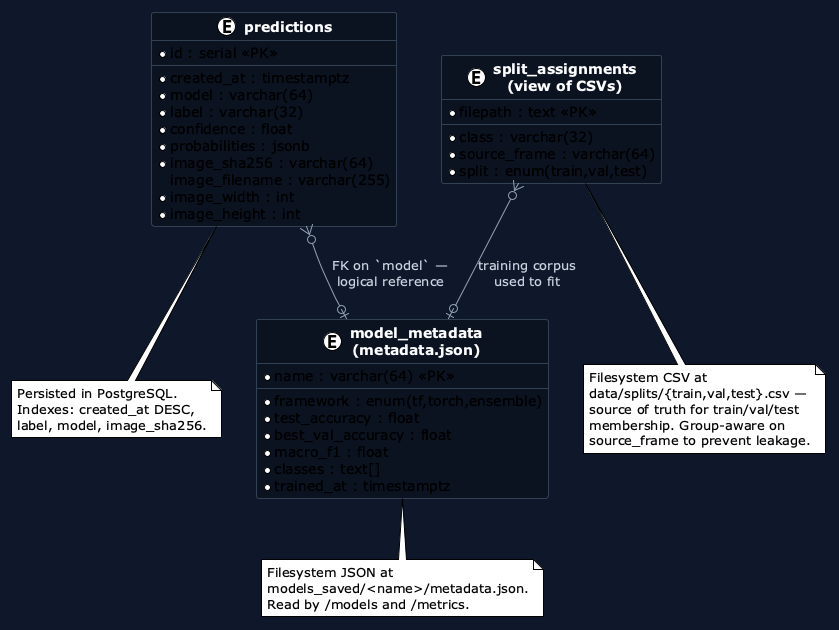
Above: docs/diagrams/png/02_er_diagram.png in jbeleno/c1-lettuce-classifier (PlantUML), before the change.
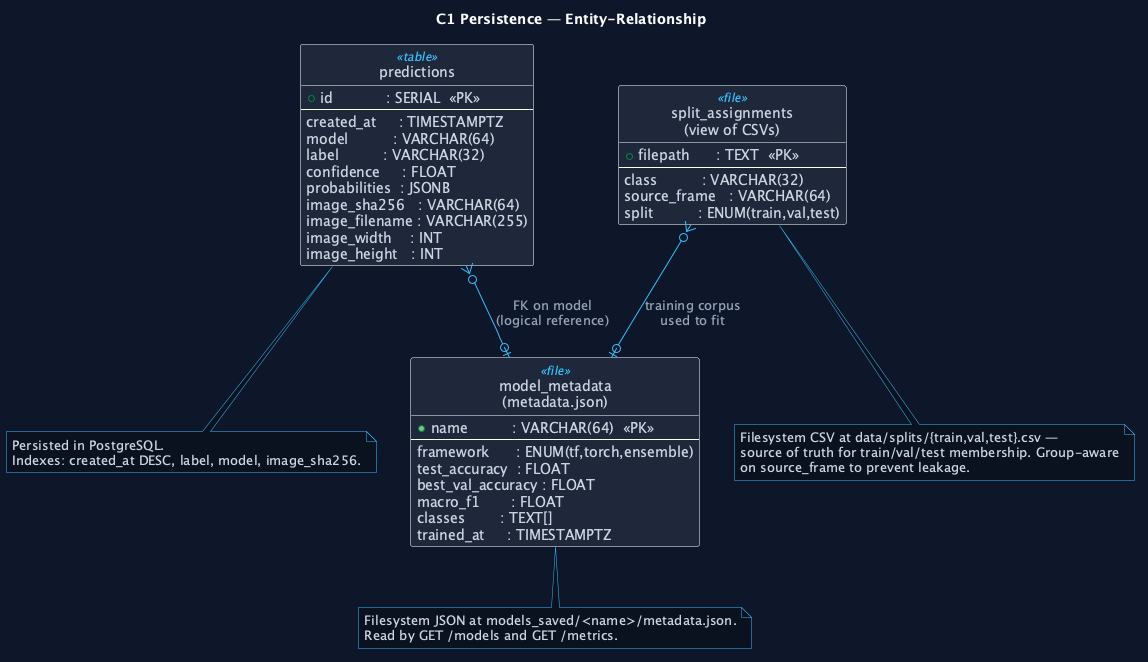
After the commit.

The edit, as a diff of the source:
```diff
@@ -1,70 +1,82 @@
-@startuml
-!theme plain
+@startuml 02_er_diagram
+
 skinparam backgroundColor #0F172A
 skinparam shadowing false
-skinparam classFontColor #F8FAFC
-skinparam classFontStyle bold
-skinparam classHeaderBackgroundColor #1E293B
-skinparam classBackgroundColor #0B1220
-skinparam classBorderColor #334155
-skinparam ArrowColor #94A3B8
-skinparam ArrowFontColor #CBD5E1
+skinparam defaultFontName "Fira Sans"
+skinparam defaultFontColor #F8FAFC
+
+skinparam class {
+  BorderColor rgba(148,163,184,0.30)
+  BackgroundColor #1E293B
+  ArrowColor #38BDF8
+  FontColor #F8FAFC
+  AttributeFontColor #CBD5E1
+  AttributeFontName "Fira Code"
+  StereotypeFontColor #38BDF8
+}
 skinparam stereotypeCBackgroundColor #38BDF8
+skinparam noteFontColor #CBD5E1
+skinparam noteFontName "Fira Code"
+skinparam noteBackgroundColor #0B1220
+skinparam noteBorderColor #38BDF8
+skinparam ArrowFontColor #94A3B8
+skinparam ArrowFontName "Fira Code"
 
-entity "predictions" as P {
-  *id : serial <<PK>>
+hide circle
+hide methods
+
+title C1 Persistence — Entity-Relationship
+
+entity "predictions" as P <<table>> {
+  + id            : SERIAL  <<PK>>
   --
-  *created_at : timestamptz
-  *model : varchar(64)
-  *label : varchar(32)
-  *confidence : float
-  *probabilities : jsonb
-  *image_sha256 : varchar(64)
-   image_filename : varchar(255)
-  *image_width : int
-  *image_height : int
+    created_at     : TIMESTAMPTZ
+    model          : VARCHAR(64)
+    label          : VARCHAR(32)
+    confidence     : FLOAT
+    probabilities  : JSONB
+    image_sha256   : VARCHAR(64)
+    image_filename : VARCHAR(255)
+    image_width    : INT
+    image_height   : INT
 }
 
-entity "split_assignments\n(view of CSVs)" as S {
-  *filepath : text <<PK>>
+entity "split_assignments\n(view of CSVs)" as S <<file>> {
+  + filepath      : TEXT  <<PK>>
   --
-  *class : varchar(32)
-  *source_frame : varchar(64)
-  *split : enum(train,val,test)
+    class          : VARCHAR(32)
+    source_frame   : VARCHAR(64)
+    split          : ENUM(train,val,test)
 }
 
-entity "model_metadata\n(metadata.json)" as M {
-  *name : varchar(64) <<PK>>
+entity "model_metadata\n(metadata.json)" as M <<file>> {
+  + name          : VARCHAR(64)  <<PK>>
   --
-  *framework : enum(tf,torch,ensemble)
-  *test_accuracy : float
-  *best_val_accuracy : float
-  *macro_f1 : float
-  *classes : text[]
-  *trained_at : timestamptz
+    framework      : ENUM(tf,torch,ensemble)
+    test_accuracy  : FLOAT
+    best_val_accuracy : FLOAT
+    macro_f1       : FLOAT
+    classes        : TEXT[]
+    trained_at     : TIMESTAMPTZ
 }
 
-P }o--o| M : "FK on `model` —\nlogical reference"
+P }o--o| M : "FK on model\n(logical reference)"
 S }o--o| M : "training corpus\nused to fit"
 
 note bottom of P
   Persisted in PostgreSQL.
-  Indexes: created_at DESC,
-  label, model, image_sha256.
+  Indexes: created_at DESC, label, model, image_sha256.
 end note
 
 note bottom of S
-  Filesystem CSV at
-  data/splits/{train,val,test}.csv —
-  source of truth for train/val/test
-  membership. Group-aware on
-  source_frame to prevent leakage.
+  Filesystem CSV at data/splits/{train,val,test}.csv —
+  source of truth for train/val/test membership. Group-aware
+  on source_frame to prevent leakage.
 end note
 
 note bottom of M
-  Filesystem JSON at
-  models_saved/<name>/metadata.json.
-  Read by /models and /metrics.
+  Filesystem JSON at models_saved/<name>/metadata.json.
+  Read by GET /models and GET /metrics.
 end note
 
 @enduml
```
